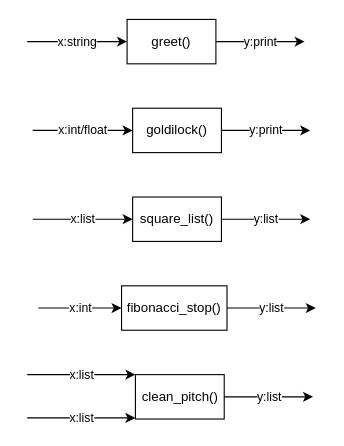
Earlier version of the draw.io diagram FunctionDiagram.drawio (DTUWindEducation/p0-intro-16). Source tidied: cells renumbered, new cells numbered last; positions are measured from the earlier drawing's top-left corner, leaving out a move shared by most shapes. Both pictures are drawn from the tidied source at 111%, with x=0, y=0 at pixel (27, 19).
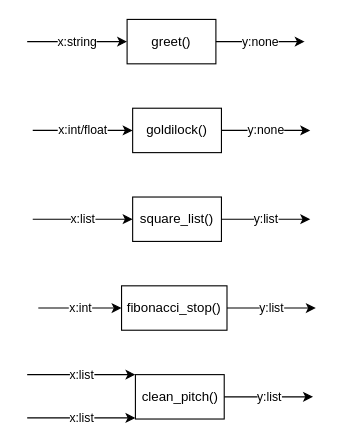
After the change.

Commit message:
small corrections at the drawing

The change refers to these unchanged cells:
```xml
<mxCell id="2" value="greet()" style="rounded=0;whiteSpace=wrap;html=1;" parent="1" vertex="1">
  <mxGeometry x="90" width="80" height="40" as="geometry" />
</mxCell>
<mxCell id="5" value="goldilock()" style="rounded=0;whiteSpace=wrap;html=1;" parent="1" vertex="1">
  <mxGeometry x="95" y="80" width="80" height="40" as="geometry" />
</mxCell>
```

Change to the diagram source:
```diff
@@
-    <mxCell id="4" value="y:print" style="endArrow=classic;html=1;exitX=1;exitY=0.5;exitDx=0;exitDy=0;" parent="1" edge="1" source="2">
+    <mxCell id="4" value="y:none" style="endArrow=classic;html=1;exitX=1;exitY=0.5;exitDx=0;exitDy=0;" parent="1" edge="1" source="2">
       <mxGeometry relative="1" as="geometry">
         <mxPoint x="250" y="20" as="targetPoint" />
       </mxGeometry>
     </mxCell>
@@
-    <mxCell id="7" value="y:print" style="endArrow=classic;html=1;exitX=1;exitY=0.5;exitDx=0;exitDy=0;" parent="1" edge="1" source="5">
+    <mxCell id="7" value="y:none" style="endArrow=classic;html=1;exitX=1;exitY=0.5;exitDx=0;exitDy=0;" parent="1" edge="1" source="5">
       <mxGeometry relative="1" as="geometry">
         <mxPoint x="255" y="100" as="targetPoint" />
       </mxGeometry>
     </mxCell>
```
